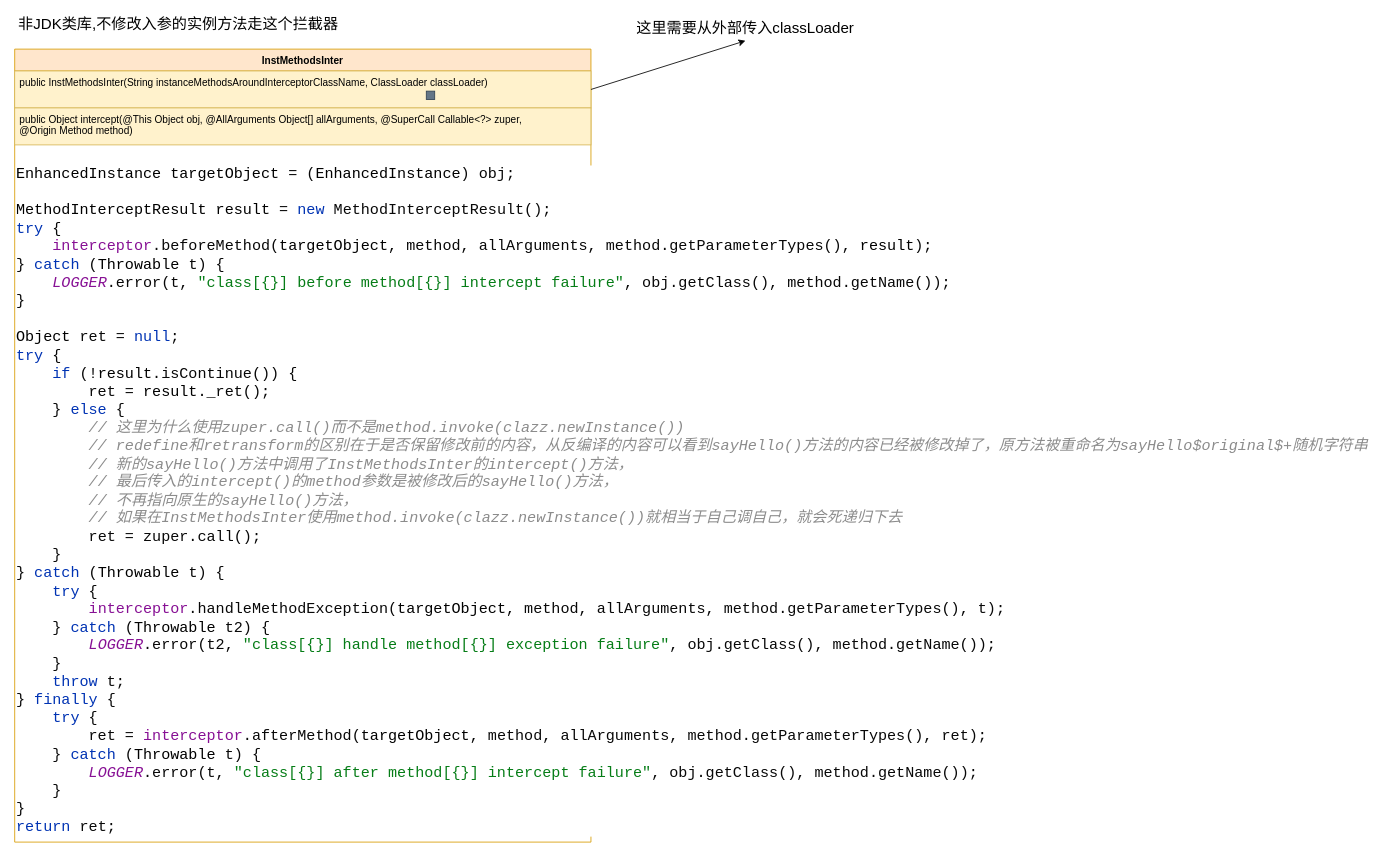
Before: page "InstMethodsInter" (4 of 7) of skywalking/skywalking.drawio in fuzi1996/diagrams, a draw.io diagram. Source tidied: cells renumbered, new cells numbered last; positions are measured from the earlier drawing's top-left corner, leaving out a move shared by most shapes. Both pictures are drawn from the tidied source at 84%, with x=0, y=0 at pixel (14, 15).
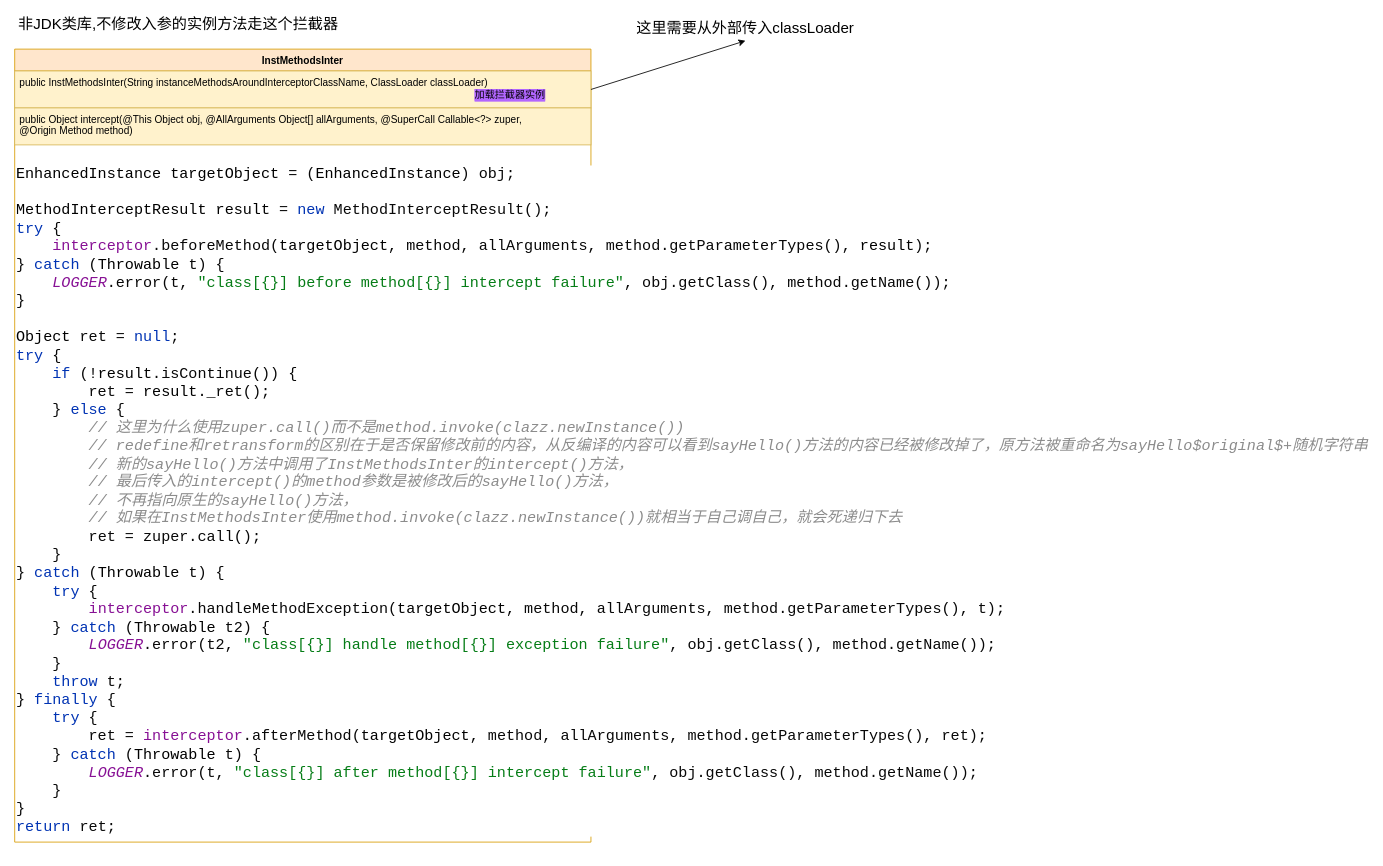
The same page after the edit.

Diff of the diagram source:
```diff
@@
 <mxGraphModel>
   <root>
     <mxCell id="0" />
     <mxCell id="1" parent="0" />
     <mxCell id="2" value="InstMethodsInter" style="swimlane;fontStyle=1;align=center;verticalAlign=top;horizontal=1;startSize=26;fillColor=#ffe6cc;strokeColor=#d79b00;" parent="1" vertex="1">
       <mxGeometry y="40" width="686" height="944" as="geometry" />
     </mxCell>
     <mxCell id="3" value="public InstMethodsInter(String instanceMethodsAroundInterceptorClassName, ClassLoader classLoader)" style="text;strokeColor=#d6b656;fillColor=#fff2cc;align=left;verticalAlign=top;spacingLeft=4;spacingRight=4;overflow=hidden;points=[[0,0.5],[1,0.5]];portConstraint=eastwest;" parent="2" vertex="1">
       <mxGeometry y="26" width="686" height="44" as="geometry" />
     </mxCell>
     <mxCell id="4" style="group;align=left;" parent="2" vertex="1">
       <mxGeometry y="70" width="686" height="874" as="geometry" />
     </mxCell>
     <mxCell id="5" value="&lt;pre style=&quot;background-color: #ffffff ; color: #080808 ; font-family: &amp;#34;jetbrains mono&amp;#34; , monospace ; font-size: 13.5pt&quot;&gt;&lt;pre style=&quot;font-family: &amp;#34;jetbrains mono&amp;#34; , monospace ; font-size: 13.5pt&quot;&gt;&lt;span style=&quot;color: #000000&quot;&gt;EnhancedInstance targetObject &lt;/span&gt;= (&lt;span style=&quot;color: #000000&quot;&gt;EnhancedInstance&lt;/span&gt;) obj;&lt;br&gt;&lt;br&gt;&lt;span style=&quot;color: #000000&quot;&gt;MethodInterceptResult result &lt;/span&gt;= &lt;span style=&quot;color: #0033b3&quot;&gt;new &lt;/span&gt;MethodInterceptResult();&lt;br&gt;&lt;span style=&quot;color: #0033b3&quot;&gt;try &lt;/span&gt;{&lt;br&gt;    &lt;span style=&quot;color: #871094&quot;&gt;interceptor&lt;/span&gt;.beforeMethod(&lt;span style=&quot;color: #000000&quot;&gt;targetObject&lt;/span&gt;, method, allArguments, method.getParameterTypes(), &lt;span style=&quot;color: #000000&quot;&gt;result&lt;/span&gt;);&lt;br&gt;} &lt;span style=&quot;color: #0033b3&quot;&gt;catch &lt;/span&gt;(&lt;span style=&quot;color: #000000&quot;&gt;Throwable &lt;/span&gt;t) {&lt;br&gt;    &lt;span style=&quot;color: #871094 ; font-style: italic&quot;&gt;LOGGER&lt;/span&gt;.error(t, &lt;span style=&quot;color: #067d17&quot;&gt;&quot;class[{}] before method[{}] intercept failure&quot;&lt;/span&gt;, obj.getClass(), method.getName());&lt;br&gt;}&lt;br&gt;&lt;br&gt;&lt;span style=&quot;color: #000000&quot;&gt;Object &lt;/span&gt;ret = &lt;span style=&quot;color: #0033b3&quot;&gt;null&lt;/span&gt;;&lt;br&gt;&lt;span style=&quot;color: #0033b3&quot;&gt;try &lt;/span&gt;{&lt;br&gt;    &lt;span style=&quot;color: #0033b3&quot;&gt;if &lt;/span&gt;(!&lt;span style=&quot;color: #000000&quot;&gt;result&lt;/span&gt;.isContinue()) {&lt;br&gt;        ret = &lt;span style=&quot;color: #000000&quot;&gt;result&lt;/span&gt;._ret();&lt;br&gt;    } &lt;span style=&quot;color: #0033b3&quot;&gt;else &lt;/span&gt;{&lt;br&gt;        &lt;span style=&quot;color: #8c8c8c ; font-style: italic&quot;&gt;// &lt;/span&gt;&lt;span style=&quot;color: #8c8c8c ; font-style: italic ; font-family: &amp;#34;宋体&amp;#34; , monospace&quot;&gt;这里为什么使用&lt;/span&gt;&lt;span style=&quot;color: #8c8c8c ; font-style: italic&quot;&gt;zuper.call()&lt;/span&gt;&lt;span style=&quot;color: #8c8c8c ; font-style: italic ; font-family: &amp;#34;宋体&amp;#34; , monospace&quot;&gt;而不是&lt;/span&gt;&lt;span style=&quot;color: #8c8c8c ; font-style: italic&quot;&gt;method.invoke(clazz.newInstance())&lt;br&gt;&lt;/span&gt;&lt;span style=&quot;color: #8c8c8c ; font-style: italic&quot;&gt;        // redefine&lt;/span&gt;&lt;span style=&quot;color: #8c8c8c ; font-style: italic ; font-family: &amp;#34;宋体&amp;#34; , monospace&quot;&gt;和&lt;/span&gt;&lt;span style=&quot;color: #8c8c8c ; font-style: italic&quot;&gt;retransform&lt;/span&gt;&lt;span style=&quot;color: #8c8c8c ; font-style: italic ; font-family: &amp;#34;宋体&amp;#34; , monospace&quot;&gt;的区别在于是否保留修改前的内容，从反编译的内容可以看到&lt;/span&gt;&lt;span style=&quot;color: #8c8c8c ; font-style: italic&quot;&gt;sayHello()&lt;/span&gt;&lt;span style=&quot;color: #8c8c8c ; font-style: italic ; font-family: &amp;#34;宋体&amp;#34; , monospace&quot;&gt;方法的内容已经被修改掉了，原方法被重命名为&lt;/span&gt;&lt;span style=&quot;color: #8c8c8c ; font-style: italic&quot;&gt;sayHello$original$+&lt;/span&gt;&lt;span style=&quot;color: #8c8c8c ; font-style: italic ; font-family: &amp;#34;宋体&amp;#34; , monospace&quot;&gt;随机字符串&lt;br&gt;&lt;/span&gt;&lt;span style=&quot;color: #8c8c8c ; font-style: italic ; font-family: &amp;#34;宋体&amp;#34; , monospace&quot;&gt;        &lt;/span&gt;&lt;span style=&quot;color: #8c8c8c ; font-style: italic&quot;&gt;// &lt;/span&gt;&lt;span style=&quot;color: #8c8c8c ; font-style: italic ; font-family: &amp;#34;宋体&amp;#34; , monospace&quot;&gt;新的&lt;/span&gt;&lt;span style=&quot;color: #8c8c8c ; font-style: italic&quot;&gt;sayHello()&lt;/span&gt;&lt;span style=&quot;color: #8c8c8c ; font-style: italic ; font-family: &amp;#34;宋体&amp;#34; , monospace&quot;&gt;方法中调用了&lt;/span&gt;&lt;span style=&quot;color: #8c8c8c ; font-style: italic&quot;&gt;InstMethodsInter&lt;/span&gt;&lt;span style=&quot;color: #8c8c8c ; font-style: italic ; font-family: &amp;#34;宋体&amp;#34; , monospace&quot;&gt;的&lt;/span&gt;&lt;span style=&quot;color: #8c8c8c ; font-style: italic&quot;&gt;intercept()&lt;/span&gt;&lt;span style=&quot;color: #8c8c8c ; font-style: italic ; font-family: &amp;#34;宋体&amp;#34; , monospace&quot;&gt;方法，&lt;br&gt;&lt;/span&gt;&lt;span style=&quot;color: #8c8c8c ; font-style: italic ; font-family: &amp;#34;宋体&amp;#34; , monospace&quot;&gt;        &lt;/span&gt;&lt;span style=&quot;color: #8c8c8c ; font-style: italic&quot;&gt;// &lt;/span&gt;&lt;span style=&quot;color: #8c8c8c ; font-style: italic ; font-family: &amp;#34;宋体&amp;#34; , monospace&quot;&gt;最后传入的&lt;/span&gt;&lt;span style=&quot;color: #8c8c8c ; font-style: italic&quot;&gt;intercept()&lt;/span&gt;&lt;span style=&quot;color: #8c8c8c ; font-style: italic ; font-family: &amp;#34;宋体&amp;#34; , monospace&quot;&gt;的&lt;/span&gt;&lt;span style=&quot;color: #8c8c8c ; font-style: italic&quot;&gt;method&lt;/span&gt;&lt;span style=&quot;color: #8c8c8c ; font-style: italic ; font-family: &amp;#34;宋体&amp;#34; , monospace&quot;&gt;参数是被修改后的&lt;/span&gt;&lt;span style=&quot;color: #8c8c8c ; font-style: italic&quot;&gt;sayHello()&lt;/span&gt;&lt;span style=&quot;color: #8c8c8c ; font-style: italic ; font-family: &amp;#34;宋体&amp;#34; , monospace&quot;&gt;方法，&lt;br&gt;&lt;/span&gt;&lt;span style=&quot;color: #8c8c8c ; font-style: italic ; font-family: &amp;#34;宋体&amp;#34; , monospace&quot;&gt;        &lt;/span&gt;&lt;span style=&quot;color: #8c8c8c ; font-style: italic&quot;&gt;// &lt;/span&gt;&lt;span style=&quot;color: #8c8c8c ; font-style: italic ; font-family: &amp;#34;宋体&amp;#34; , monospace&quot;&gt;不再指向原生的&lt;/span&gt;&lt;span style=&quot;color: #8c8c8c ; font-style: italic&quot;&gt;sayHello()&lt;/span&gt;&lt;span style=&quot;color: #8c8c8c ; font-style: italic ; font-family: &amp;#34;宋体&amp;#34; , monospace&quot;&gt;方法，&lt;br&gt;&lt;/span&gt;&lt;span style=&quot;color: #8c8c8c ; font-style: italic ; font-family: &amp;#34;宋体&amp;#34; , monospace&quot;&gt;        &lt;/span&gt;&lt;span style=&quot;color: #8c8c8c ; font-style: italic&quot;&gt;// &lt;/span&gt;&lt;span style=&quot;color: #8c8c8c ; font-style: italic ; font-family: &amp;#34;宋体&amp;#34; , monospace&quot;&gt;如果在&lt;/span&gt;&lt;span style=&quot;color: #8c8c8c ; font-style: italic&quot;&gt;InstMethodsInter&lt;/span&gt;&lt;span style=&quot;color: #8c8c8c ; font-style: italic ; font-family: &amp;#34;宋体&amp;#34; , monospace&quot;&gt;使用&lt;/span&gt;&lt;span style=&quot;color: #8c8c8c ; font-style: italic&quot;&gt;method.invoke(clazz.newInstance())&lt;/span&gt;&lt;span style=&quot;color: #8c8c8c ; font-style: italic ; font-family: &amp;#34;宋体&amp;#34; , monospace&quot;&gt;就相当于自己调自己，就会死递归下去&lt;br&gt;&lt;/span&gt;&lt;span style=&quot;color: #8c8c8c ; font-style: italic ; font-family: &amp;#34;宋体&amp;#34; , monospace&quot;&gt;        &lt;/span&gt;ret = zuper.call();&lt;br&gt;    }&lt;br&gt;} &lt;span style=&quot;color: #0033b3&quot;&gt;catch &lt;/span&gt;(&lt;span style=&quot;color: #000000&quot;&gt;Throwable &lt;/span&gt;t) {&lt;br&gt;    &lt;span style=&quot;color: #0033b3&quot;&gt;try &lt;/span&gt;{&lt;br&gt;        &lt;span style=&quot;color: #871094&quot;&gt;interceptor&lt;/span&gt;.handleMethodException(&lt;span style=&quot;color: #000000&quot;&gt;targetObject&lt;/span&gt;, method, allArguments, method.getParameterTypes(), t);&lt;br&gt;    } &lt;span style=&quot;color: #0033b3&quot;&gt;catch &lt;/span&gt;(&lt;span style=&quot;color: #000000&quot;&gt;Throwable &lt;/span&gt;t2) {&lt;br&gt;        &lt;span style=&quot;color: #871094 ; font-style: italic&quot;&gt;LOGGER&lt;/span&gt;.error(t2, &lt;span style=&quot;color: #067d17&quot;&gt;&quot;class[{}] handle method[{}] exception failure&quot;&lt;/span&gt;, obj.getClass(), method.getName());&lt;br&gt;    }&lt;br&gt;    &lt;span style=&quot;color: #0033b3&quot;&gt;throw &lt;/span&gt;t;&lt;br&gt;} &lt;span style=&quot;color: #0033b3&quot;&gt;finally &lt;/span&gt;{&lt;br&gt;    &lt;span style=&quot;color: #0033b3&quot;&gt;try &lt;/span&gt;{&lt;br&gt;        ret = &lt;span style=&quot;color: #871094&quot;&gt;interceptor&lt;/span&gt;.afterMethod(&lt;span style=&quot;color: #000000&quot;&gt;targetObject&lt;/span&gt;, method, allArguments, method.getParameterTypes(), ret);&lt;br&gt;    } &lt;span style=&quot;color: #0033b3&quot;&gt;catch &lt;/span&gt;(&lt;span style=&quot;color: #000000&quot;&gt;Throwable &lt;/span&gt;t) {&lt;br&gt;        &lt;span style=&quot;color: #871094 ; font-style: italic&quot;&gt;LOGGER&lt;/span&gt;.error(t, &lt;span style=&quot;color: #067d17&quot;&gt;&quot;class[{}] after method[{}] intercept failure&quot;&lt;/span&gt;, obj.getClass(), method.getName());&lt;br&gt;    }&lt;br&gt;}&lt;br&gt;&lt;span style=&quot;color: #0033b3&quot;&gt;return &lt;/span&gt;ret;&lt;/pre&gt;&lt;/pre&gt;" style="text;html=1;strokeColor=none;fillColor=none;align=left;verticalAlign=top;whiteSpace=wrap;rounded=0;fontFamily=Helvetica;fontSize=18;fontColor=#000000;" parent="4" vertex="1">
       <mxGeometry y="44" width="1120" height="830" as="geometry" />
     </mxCell>
     <mxCell id="6" value="public Object intercept(@This Object obj, @AllArguments Object[] allArguments, @SuperCall Callable&lt;?&gt; zuper,&#10;    @Origin Method method)" style="text;strokeColor=#d6b656;fillColor=#fff2cc;align=left;verticalAlign=top;spacingLeft=4;spacingRight=4;overflow=hidden;" parent="4" vertex="1">
       <mxGeometry width="686" height="44" as="geometry" />
     </mxCell>
     <mxCell id="7" value="非JDK类库,不修改入参的实例方法走这个拦截器" style="text;html=1;strokeColor=none;fillColor=none;align=center;verticalAlign=middle;whiteSpace=wrap;rounded=0;fontFamily=Helvetica;fontSize=18;fontColor=#000000;" parent="1" vertex="1">
       <mxGeometry width="390" height="20" as="geometry" />
     </mxCell>
     <mxCell id="8" value="这里需要从外部传入classLoader" style="text;html=1;strokeColor=none;fillColor=none;align=center;verticalAlign=middle;whiteSpace=wrap;rounded=0;fontFamily=Helvetica;fontSize=18;fontColor=#000000;" parent="1" vertex="1">
       <mxGeometry x="730" width="280" height="30" as="geometry" />
     </mxCell>
     <mxCell id="9" style="endArrow=classic;html=1;fontFamily=Helvetica;fontSize=18;fontColor=#000000;entryX=0.5;entryY=1;entryDx=0;entryDy=0;exitX=1;exitY=0.5;exitDx=0;exitDy=0;" parent="1" edge="1" source="3" target="8">
       <mxGeometry relative="1" as="geometry" />
     </mxCell>
-    <mxCell id="10" style="rounded=0;whiteSpace=wrap;html=1;fontFamily=Helvetica;align=left;verticalAlign=top;strokeColor=#314354;labelBorderColor=#000000;fillColor=#647687;fontColor=#ffffff;fontSize=18;" parent="1" vertex="1">
-      <mxGeometry x="490" y="90" width="10" height="10" as="geometry" />
-    </mxCell>
+    <mxCell id="11" value="&lt;span style=&quot;background-color: rgb(178 , 102 , 255)&quot;&gt;加载拦截器实例&lt;/span&gt;" style="text;html=1;strokeColor=none;fillColor=none;align=center;verticalAlign=middle;whiteSpace=wrap;rounded=0;fontFamily=Helvetica;fontSize=12;labelBackgroundColor=#B266FF;labelBorderColor=none;fontColor=default;" parent="1" vertex="1">
+      <mxGeometry x="540" y="75" width="100" height="40" as="geometry" />
+    </mxCell>
   </root>
 </mxGraphModel>
```
